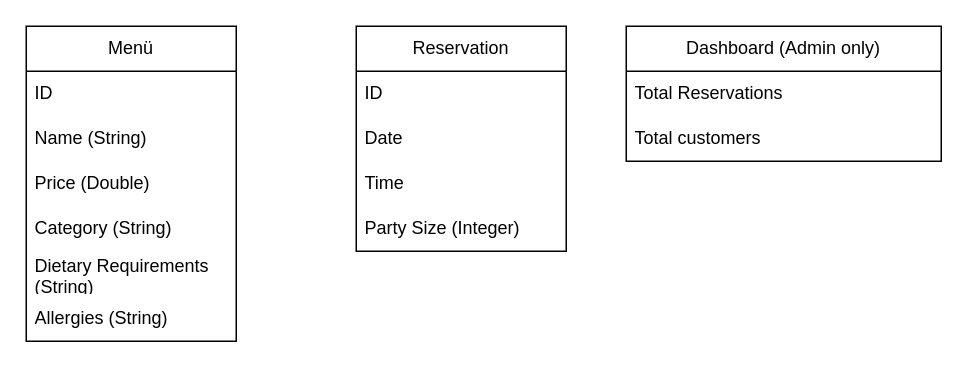
This is Planung/Systemübersicht.drawio from Coding-Bz/2025-rest-foods-backend-1, a draw.io file, before an edit. Source tidied: cells renumbered, new cells numbered last; positions are measured from the earlier drawing's top-left corner, leaving out a move shared by most shapes. Both pictures are drawn from the tidied source at 150%, with x=0, y=0 at pixel (26, 26).
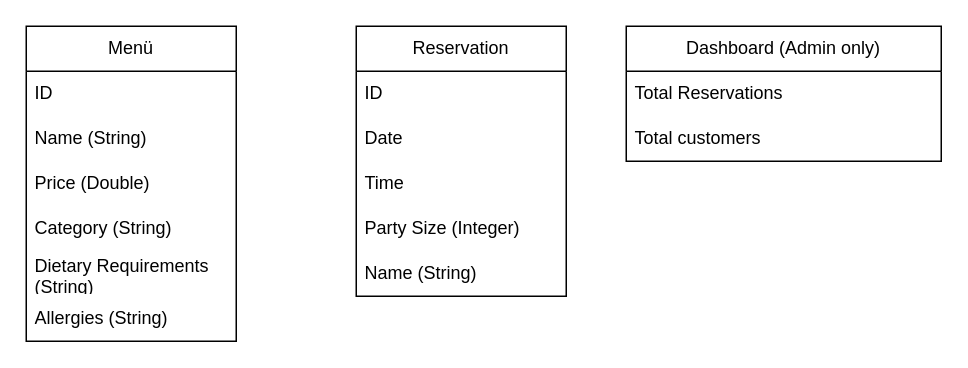
The same page after the edit.

The edit, as a diff of the source:
```diff
@@
 <mxGraphModel>
   <root>
     <mxCell id="0" />
     <mxCell id="1" parent="0" />
     <mxCell id="2" value="Menü" style="swimlane;fontStyle=0;horizontal=1;startSize=30;whiteSpace=wrap;html=1;" parent="1" vertex="1">
       <mxGeometry width="140" height="210" as="geometry" />
     </mxCell>
     <mxCell id="3" value="ID" style="text;strokeColor=none;fillColor=none;align=left;verticalAlign=middle;spacingLeft=4;spacingRight=4;overflow=hidden;whiteSpace=wrap;html=1;" parent="2" vertex="1">
       <mxGeometry y="30" width="140" height="30" as="geometry" />
     </mxCell>
     <mxCell id="4" value="Name (String)" style="text;strokeColor=none;fillColor=none;align=left;verticalAlign=middle;spacingLeft=4;spacingRight=4;overflow=hidden;whiteSpace=wrap;html=1;" parent="2" vertex="1">
       <mxGeometry y="60" width="140" height="30" as="geometry" />
     </mxCell>
     <mxCell id="5" value="Price (Double)" style="text;strokeColor=none;fillColor=none;align=left;verticalAlign=middle;spacingLeft=4;spacingRight=4;overflow=hidden;whiteSpace=wrap;html=1;" parent="2" vertex="1">
       <mxGeometry y="90" width="140" height="30" as="geometry" />
     </mxCell>
     <mxCell id="6" value="Category (String)" style="text;strokeColor=none;fillColor=none;align=left;verticalAlign=middle;spacingLeft=4;spacingRight=4;overflow=hidden;whiteSpace=wrap;html=1;" parent="2" vertex="1">
       <mxGeometry y="120" width="140" height="30" as="geometry" />
     </mxCell>
     <mxCell id="7" value="Dietary Requirements (String)" style="text;strokeColor=none;fillColor=none;align=left;verticalAlign=middle;spacingLeft=4;spacingRight=4;overflow=hidden;whiteSpace=wrap;html=1;" parent="2" vertex="1">
       <mxGeometry y="150" width="140" height="30" as="geometry" />
     </mxCell>
     <mxCell id="8" value="Allergies (String)" style="text;strokeColor=none;fillColor=none;align=left;verticalAlign=middle;spacingLeft=4;spacingRight=4;overflow=hidden;whiteSpace=wrap;html=1;" parent="2" vertex="1">
       <mxGeometry y="180" width="140" height="30" as="geometry" />
     </mxCell>
     <mxCell id="9" value="Reservation" style="swimlane;fontStyle=0;horizontal=1;startSize=30;whiteSpace=wrap;html=1;" parent="1" vertex="1">
-      <mxGeometry x="220" width="140" height="150" as="geometry" />
+      <mxGeometry x="220" width="140" height="180" as="geometry" />
     </mxCell>
     <mxCell id="10" value="ID" style="text;strokeColor=none;fillColor=none;align=left;verticalAlign=middle;spacingLeft=4;spacingRight=4;overflow=hidden;whiteSpace=wrap;html=1;" parent="9" vertex="1">
       <mxGeometry y="30" width="140" height="30" as="geometry" />
     </mxCell>
     <mxCell id="11" value="Date" style="text;strokeColor=none;fillColor=none;align=left;verticalAlign=middle;spacingLeft=4;spacingRight=4;overflow=hidden;whiteSpace=wrap;html=1;" parent="9" vertex="1">
       <mxGeometry y="60" width="140" height="30" as="geometry" />
     </mxCell>
     <mxCell id="12" value="Time" style="text;strokeColor=none;fillColor=none;align=left;verticalAlign=middle;spacingLeft=4;spacingRight=4;overflow=hidden;whiteSpace=wrap;html=1;" parent="9" vertex="1">
       <mxGeometry y="90" width="140" height="30" as="geometry" />
     </mxCell>
     <mxCell id="13" value="Party Size (Integer)" style="text;strokeColor=none;fillColor=none;align=left;verticalAlign=middle;spacingLeft=4;spacingRight=4;overflow=hidden;whiteSpace=wrap;html=1;" parent="9" vertex="1">
       <mxGeometry y="120" width="140" height="30" as="geometry" />
     </mxCell>
+    <mxCell id="17" value="Name (String)" style="text;strokeColor=none;fillColor=none;align=left;verticalAlign=middle;spacingLeft=4;spacingRight=4;overflow=hidden;whiteSpace=wrap;html=1;" parent="9" vertex="1">
+      <mxGeometry y="150" width="140" height="30" as="geometry" />
+    </mxCell>
     <mxCell id="14" value="Dashboard (Admin only)" style="swimlane;fontStyle=0;horizontal=1;startSize=30;whiteSpace=wrap;html=1;" parent="1" vertex="1">
       <mxGeometry x="400" width="210" height="90" as="geometry" />
     </mxCell>
     <mxCell id="15" value="Total Reservations" style="text;strokeColor=none;fillColor=none;align=left;verticalAlign=middle;spacingLeft=4;spacingRight=4;overflow=hidden;whiteSpace=wrap;html=1;" parent="14" vertex="1">
       <mxGeometry y="30" width="210" height="30" as="geometry" />
     </mxCell>
     <mxCell id="16" value="Total customers&amp;nbsp;" style="text;strokeColor=none;fillColor=none;align=left;verticalAlign=middle;spacingLeft=4;spacingRight=4;overflow=hidden;whiteSpace=wrap;html=1;" parent="14" vertex="1">
       <mxGeometry y="60" width="210" height="30" as="geometry" />
     </mxCell>
   </root>
 </mxGraphModel>
```
